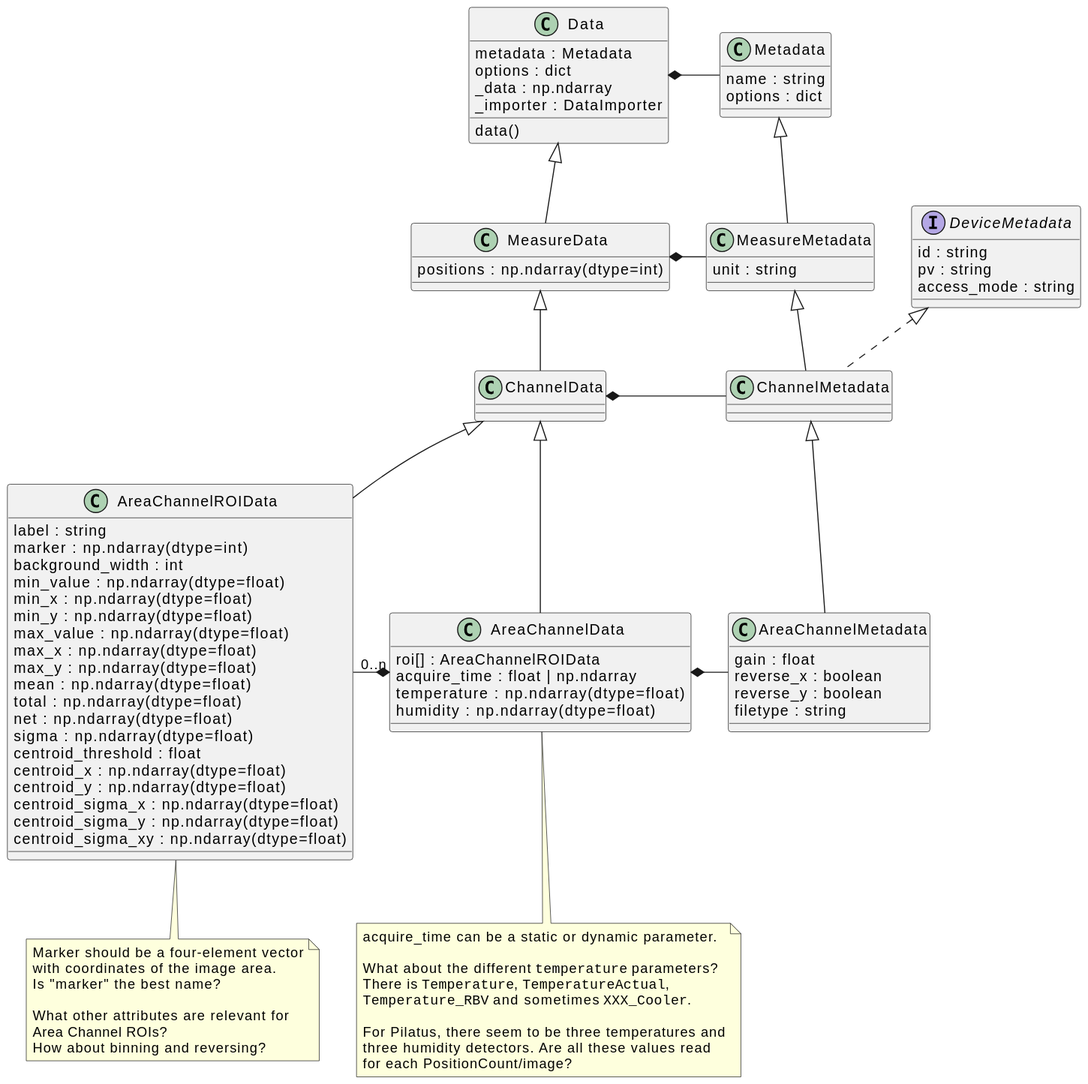
This is docs/uml/areachannel.svg from tillbiskup/evedata, a PlantUML export, as it was before one commit.
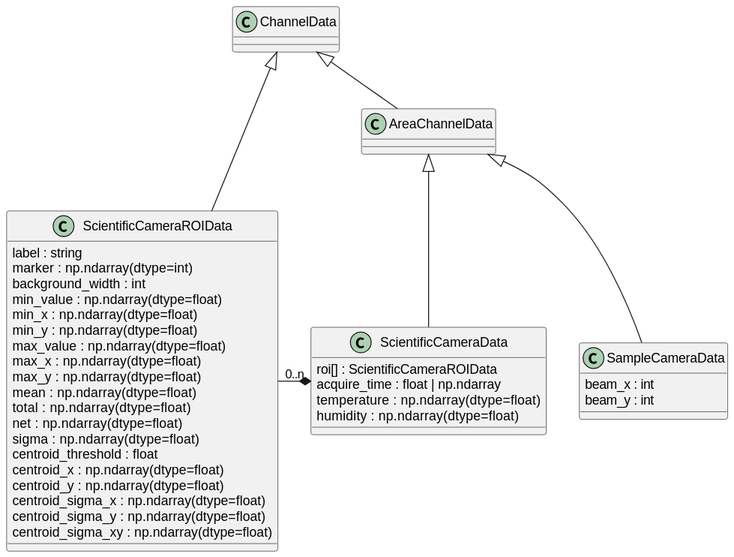
Later version of the same file.

The edit, as a diff of the source:
```diff
@@ -1,48 +1,29 @@
 @startuml
 
-class Data {
-    metadata : Metadata
-    options : dict
-    _data : np.ndarray
-    _importer : DataImporter
-    data()
+class AreaChannelData extends ChannelData
+
+class SampleCameraData extends AreaChannelData {
+    beam_x : int
+    beam_y : int
 }
 
-Data *- Metadata
-
-class MeasureData extends Data {
-    {field} positions : np.ndarray(dtype=int)
-}
-
-MeasureData *- MeasureMetadata
-
-class ChannelData extends MeasureData
-
-ChannelData *- ChannelMetadata
-
-class AreaChannelData extends ChannelData {
-    roi[] : AreaChannelROIData
+class ScientificCameraData extends AreaChannelData {
+    roi[] : ScientificCameraROIData
     acquire_time : float | np.ndarray
     {field} temperature : np.ndarray(dtype=float)
     {field} humidity : np.ndarray(dtype=float)
 }
-note bottom of AreaChannelData
-    acquire_time can be a static or dynamic parameter.
 
-    What about the different ""temperature"" parameters?
-    There is ""Temperature"", ""TemperatureActual"",
-    ""Temperature_RBV"" and sometimes ""XXX_Cooler"".
+together {
+    class ScientificCameraData
+    class ScientificCameraROIData
+}
 
-    For Pilatus, there seem to be three temperatures and
-    three humidity detectors. Are all these values read
-    for each PositionCount/image?
-end note
+ScientificCameraROIData -[hidden]> ScientificCameraData
+ScientificCameraROIData "0..n" -* ScientificCameraData
+ScientificCameraROIData -[hidden]> ScientificCameraData
 
-AreaChannelData *- AreaChannelMetadata
-
-AreaChannelROIData "0..n" -* AreaChannelData
-
-class AreaChannelROIData extends ChannelData{
+class ScientificCameraROIData extends ChannelData{
     {field} label : string
     {field} marker : np.ndarray(dtype=int)
     background_width : int
@@ -63,38 +44,4 @@
     {field} centroid_sigma_y : np.ndarray(dtype=float)
     {field} centroid_sigma_xy : np.ndarray(dtype=float)
 }
-note bottom of AreaChannelROIData
-    Marker should be a four-element vector
-    with coordinates of the image area.
-    Is "marker" the best name?
-
-    What other attributes are relevant for
-    Area Channel ROIs?
-    How about binning and reversing?
-end note
-
-
-class Metadata {
-    name : string
-    options : dict
-}
-
-class MeasureMetadata extends Metadata {
-    unit : string
-}
-
-interface DeviceMetadata {
-    id : string
-    pv : string
-    access_mode : string
-}
-
-class ChannelMetadata extends MeasureMetadata implements DeviceMetadata
-
-class AreaChannelMetadata extends ChannelMetadata {
-    gain : float
-    reverse_x : boolean
-    reverse_y : boolean
-    filetype : string
-}
 @enduml
```
